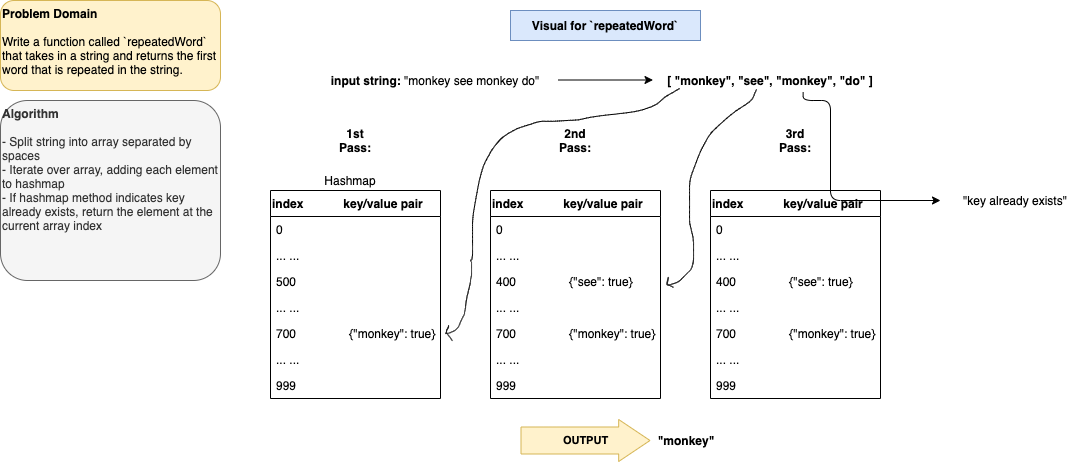
Above: javascript/code-challenges/repeatedWord/assets/repeated-word.drawio.png in dcalhoun286/data-structures-and-algorithms (draw.io), before the change. Source tidied: cells renumbered, new cells last; positions are measured from the earlier drawing's top-left corner, leaving out a move shared by most shapes.
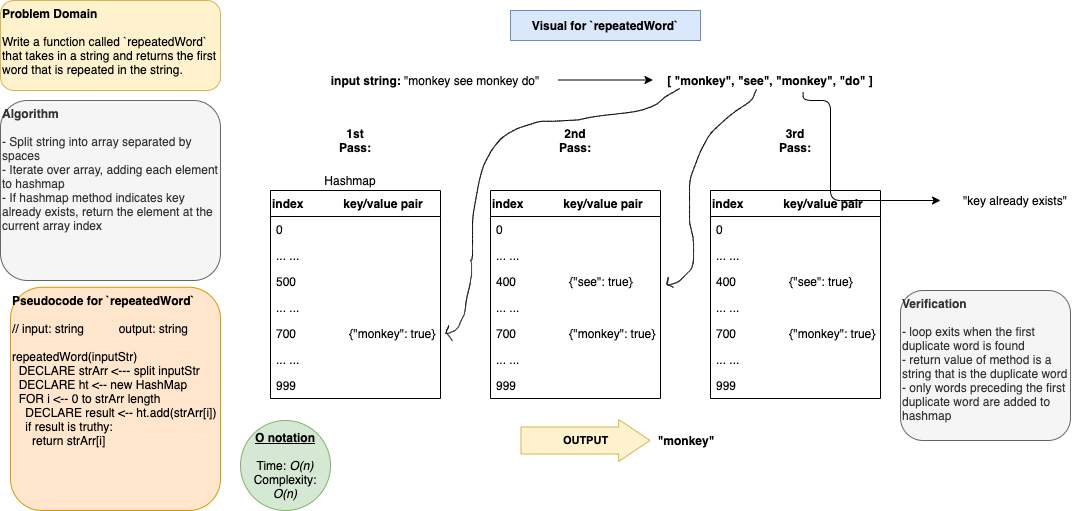
Later version of the same file.

Commit message:
o-notation, pseudocode and test verifications added

Diff of the diagram source:
```diff
@@ -135,5 +135,14 @@
     <mxCell id="41" value="&lt;b&gt;&quot;monkey&quot;&lt;/b&gt;" style="text;html=1;strokeColor=none;fillColor=none;align=center;verticalAlign=middle;whiteSpace=wrap;rounded=0;labelBackgroundColor=none;" parent="1" vertex="1">
       <mxGeometry x="666.3" y="430" width="40" height="20" as="geometry" />
     </mxCell>
+    <mxCell id="42" value="Pseudocode for `repeatedWord`&lt;br&gt;&lt;span style=&quot;font-weight: normal&quot;&gt;&lt;br&gt;// input: string&lt;span style=&quot;white-space: pre&quot;&gt;&#9;&lt;/span&gt;&lt;span style=&quot;white-space: pre&quot;&gt;&#9;&lt;/span&gt;output: string&lt;br&gt;&lt;br&gt;repeatedWord(inputStr)&lt;br&gt;&amp;nbsp; DECLARE strArr &amp;lt;--- split inputStr&lt;br&gt;&amp;nbsp; DECLARE ht &amp;lt;-- new HashMap&lt;br&gt;&amp;nbsp; FOR i &amp;lt;-- 0 to strArr length&lt;br&gt;&amp;nbsp; &amp;nbsp; DECLARE result &amp;lt;-- ht.add(strArr[i])&lt;br&gt;&amp;nbsp; &amp;nbsp; if result is truthy:&lt;br&gt;&amp;nbsp; &amp;nbsp; &amp;nbsp; return strArr[i]&lt;br&gt;&lt;/span&gt;&lt;br&gt;" style="rounded=1;whiteSpace=wrap;html=1;labelBackgroundColor=none;align=left;verticalAlign=top;fillColor=#ffe6cc;strokeColor=#d79b00;fontStyle=1;" parent="1" vertex="1">
+      <mxGeometry x="10" y="286.8" width="210" height="223.2" as="geometry" />
+    </mxCell>
+    <mxCell id="43" value="&lt;u style=&quot;font-weight: bold&quot;&gt;O notation&lt;/u&gt;&lt;br&gt;&lt;br&gt;Time: &lt;i&gt;O(n)&lt;/i&gt;&lt;br&gt;Complexity: &lt;i&gt;O(n)&lt;/i&gt;" style="ellipse;whiteSpace=wrap;html=1;labelBackgroundColor=none;align=center;verticalAlign=middle;fillColor=#d5e8d4;strokeColor=#82b366;" parent="1" vertex="1">
+      <mxGeometry x="240" y="420" width="90" height="90" as="geometry" />
+    </mxCell>
+    <mxCell id="44" value="&lt;b&gt;Verification&lt;/b&gt;&lt;br&gt;&lt;br&gt;- loop exits when the first duplicate word is found&lt;br&gt;- return value of method is a string that is the duplicate word&lt;br&gt;- only words preceding the first duplicate word are added to hashmap&lt;br&gt;" style="rounded=1;whiteSpace=wrap;html=1;labelBackgroundColor=none;align=left;verticalAlign=top;fillColor=#f5f5f5;strokeColor=#666666;fontColor=#333333;" parent="1" vertex="1">
+      <mxGeometry x="900" y="290" width="170" height="150" as="geometry" />
+    </mxCell>
   </root>
 </mxGraphModel>
```
